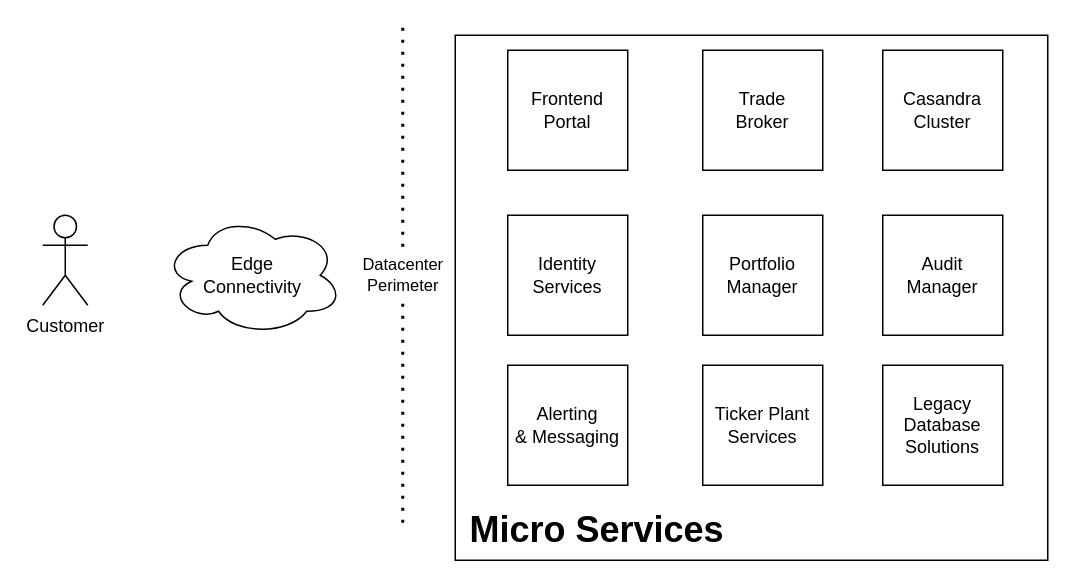
dr-natetorious/TIM-8190-Computer_Policy_Strategy keeps this draw.io diagram as Section1_Planning/Week2_ImpactAssessment/diagram.drawio. Above is the earlier version. Source tidied: cells renumbered, new cells numbered last; positions are measured from the earlier drawing's top-left corner, leaving out a move shared by most shapes. Both pictures are drawn from the tidied source at 150%, with x=0, y=0 at pixel (42, 27).
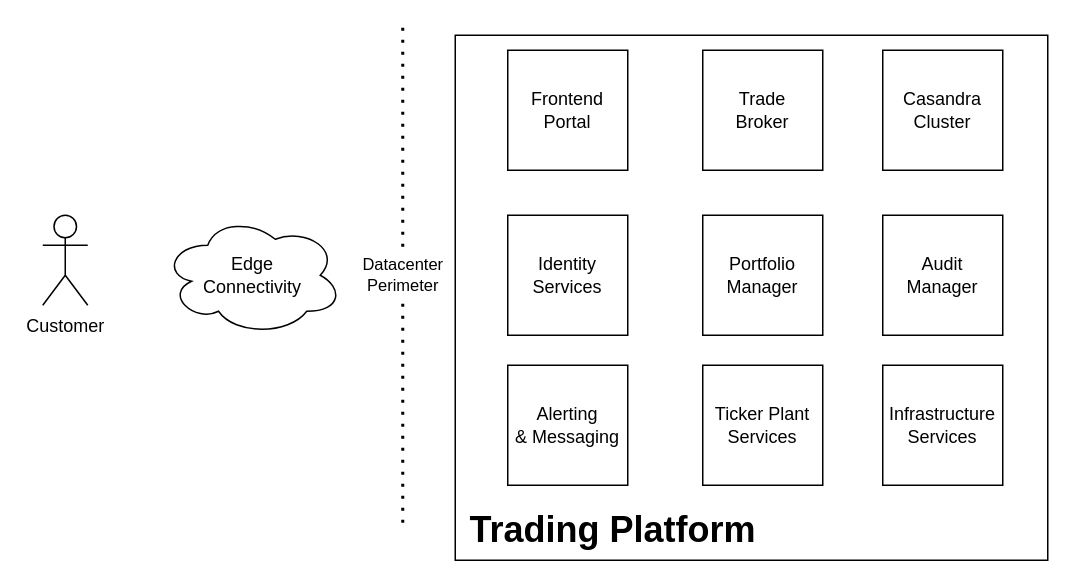
The same diagram, later.

Commit message (it also covers changes not shown here):
baby time

The edit, as a diff of the source:
```diff
@@
 <mxGraphModel>
   <root>
     <mxCell id="0" />
     <mxCell id="1" parent="0" />
     <mxCell id="2" style="rounded=0;whiteSpace=wrap;html=1;" parent="1" vertex="1">
       <mxGeometry x="275" y="5" width="395" height="350" as="geometry" />
     </mxCell>
     <mxCell id="3" value="Customer" style="shape=umlActor;verticalLabelPosition=bottom;verticalAlign=top;html=1;" parent="1" vertex="1">
       <mxGeometry y="125" width="30" height="60" as="geometry" />
     </mxCell>
     <mxCell id="4" value="Edge&lt;br&gt;Connectivity" style="ellipse;shape=cloud;whiteSpace=wrap;html=1;" parent="1" vertex="1">
       <mxGeometry x="80" y="125" width="120" height="80" as="geometry" />
     </mxCell>
     <mxCell id="5" value="Datacenter&lt;br&gt;Perimeter" style="endArrow=none;dashed=1;html=1;dashPattern=1 3;strokeWidth=2;" parent="1" edge="1">
       <mxGeometry relative="1" as="geometry">
         <mxPoint x="240" y="330" as="sourcePoint" />
         <mxPoint x="240" as="targetPoint" />
       </mxGeometry>
     </mxCell>
     <mxCell id="6" value="Frontend&lt;br&gt;Portal" style="whiteSpace=wrap;html=1;" parent="1" vertex="1">
       <mxGeometry x="310" y="15" width="80" height="80" as="geometry" />
     </mxCell>
     <mxCell id="7" value="Trade&lt;br&gt;Broker" style="whiteSpace=wrap;html=1;" parent="1" vertex="1">
       <mxGeometry x="440" y="15" width="80" height="80" as="geometry" />
     </mxCell>
     <mxCell id="8" value="Portfolio&lt;br&gt;Manager" style="whiteSpace=wrap;html=1;" parent="1" vertex="1">
       <mxGeometry x="440" y="125" width="80" height="80" as="geometry" />
     </mxCell>
     <mxCell id="9" value="Identity&lt;br&gt;Services" style="whiteSpace=wrap;html=1;" parent="1" vertex="1">
       <mxGeometry x="310" y="125" width="80" height="80" as="geometry" />
     </mxCell>
     <mxCell id="10" value="Alerting&lt;br&gt;&amp;amp; Messaging" style="whiteSpace=wrap;html=1;" parent="1" vertex="1">
       <mxGeometry x="310" y="225" width="80" height="80" as="geometry" />
     </mxCell>
     <mxCell id="11" value="Ticker&amp;nbsp;Plant Services" style="whiteSpace=wrap;html=1;" parent="1" vertex="1">
       <mxGeometry x="440" y="225" width="80" height="80" as="geometry" />
     </mxCell>
-    <mxCell id="12" value="&lt;h1&gt;Micro Services&lt;/h1&gt;" style="text;html=1;strokeColor=none;fillColor=none;spacing=5;spacingTop=-20;whiteSpace=wrap;overflow=hidden;rounded=0;" parent="1" vertex="1">
+    <mxCell id="12" value="&lt;h1&gt;Trading Platform&lt;/h1&gt;" style="text;html=1;strokeColor=none;fillColor=none;spacing=5;spacingTop=-20;whiteSpace=wrap;overflow=hidden;rounded=0;" parent="1" vertex="1">
       <mxGeometry x="280" y="315" width="300" height="40" as="geometry" />
     </mxCell>
     <mxCell id="13" value="Casandra&lt;br&gt;Cluster" style="whiteSpace=wrap;html=1;" parent="1" vertex="1">
       <mxGeometry x="560" y="15" width="80" height="80" as="geometry" />
     </mxCell>
     <mxCell id="14" value="Audit Manager" style="whiteSpace=wrap;html=1;" parent="1" vertex="1">
       <mxGeometry x="560" y="125" width="80" height="80" as="geometry" />
     </mxCell>
-    <mxCell id="15" value="Legacy&lt;br&gt;Database&lt;br&gt;Solutions" style="whiteSpace=wrap;html=1;" parent="1" vertex="1">
+    <mxCell id="15" value="Infrastructure&lt;br&gt;Services" style="whiteSpace=wrap;html=1;" parent="1" vertex="1">
       <mxGeometry x="560" y="225" width="80" height="80" as="geometry" />
     </mxCell>
   </root>
 </mxGraphModel>
```
